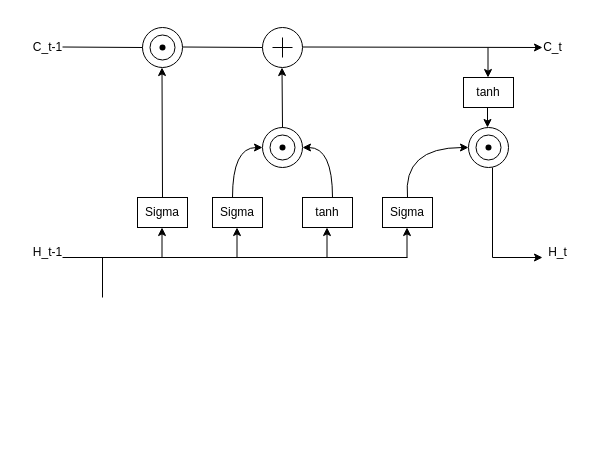
Before: lstm.drawio in hzb29/hzb29, a draw.io diagram. Source tidied: cells renumbered, new cells numbered last; positions are measured from the earlier drawing's top-left corner, leaving out a move shared by most shapes. Both pictures are drawn from the tidied source at 100%, with x=0, y=0 at pixel (22, 27).
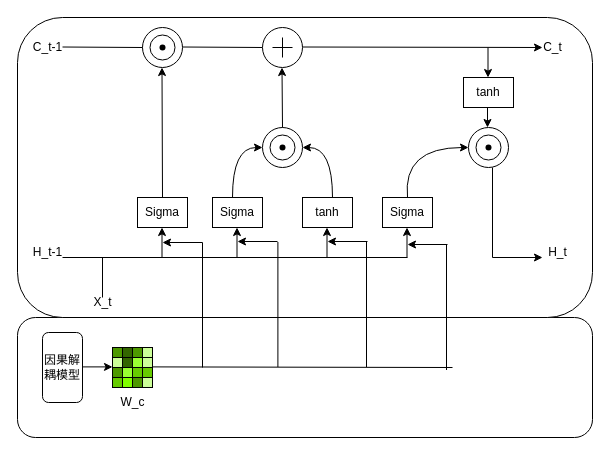
After the change.

What changed in the source:
```diff
@@
+    <mxCell id="47" style="rounded=1;whiteSpace=wrap;html=1;" parent="1" vertex="1">
+      <mxGeometry x="-5" y="290" width="575" height="120" as="geometry" />
+    </mxCell>
+    <mxCell id="48" style="rounded=1;whiteSpace=wrap;html=1;" parent="1" vertex="1">
+      <mxGeometry x="-5" y="-10" width="575" height="300" as="geometry" />
+    </mxCell>
@@
+    <mxCell id="49" value="X_t" style="text;html=1;align=center;verticalAlign=middle;strokeColor=none;fillColor=none;" parent="1" vertex="1">
+      <mxGeometry x="60" y="260" width="40" height="30" as="geometry" />
+    </mxCell>
+    <mxCell id="50" style="group;" parent="1" vertex="1">
+      <mxGeometry x="90" y="320" width="40" height="40" as="geometry" />
+    </mxCell>
+    <mxCell id="51" style="whiteSpace=wrap;html=1;fillColor=#66CC00;" parent="50" vertex="1">
+      <mxGeometry y="30" width="10" height="10" as="geometry" />
+    </mxCell>
+    <mxCell id="52" style="whiteSpace=wrap;html=1;fillColor=#80FF00;" parent="50" vertex="1">
+      <mxGeometry x="10" y="30" width="10" height="10" as="geometry" />
+    </mxCell>
+    <mxCell id="53" style="whiteSpace=wrap;html=1;fillColor=#4D9900;" parent="50" vertex="1">
+      <mxGeometry x="20" y="30" width="10" height="10" as="geometry" />
+    </mxCell>
+    <mxCell id="54" style="whiteSpace=wrap;html=1;fillColor=#CCFF99;" parent="50" vertex="1">
+      <mxGeometry x="30" y="30" width="10" height="10" as="geometry" />
+    </mxCell>
+    <mxCell id="55" style="whiteSpace=wrap;html=1;fillColor=#4D9900;" parent="50" vertex="1">
+      <mxGeometry y="20" width="10" height="10" as="geometry" />
+    </mxCell>
+    <mxCell id="56" style="whiteSpace=wrap;html=1;fillColor=#99FF33;" parent="50" vertex="1">
+      <mxGeometry x="10" y="20" width="10" height="10" as="geometry" />
+    </mxCell>
+    <mxCell id="57" style="whiteSpace=wrap;html=1;fillColor=#66CC00;" parent="50" vertex="1">
+      <mxGeometry x="20" y="20" width="10" height="10" as="geometry" />
+    </mxCell>
+    <mxCell id="58" style="whiteSpace=wrap;html=1;fillColor=#66CC00;" parent="50" vertex="1">
+      <mxGeometry x="30" y="20" width="10" height="10" as="geometry" />
+    </mxCell>
+    <mxCell id="59" style="whiteSpace=wrap;html=1;fillColor=#CCFF99;" parent="50" vertex="1">
+      <mxGeometry y="10" width="10" height="10" as="geometry" />
+    </mxCell>
+    <mxCell id="60" style="whiteSpace=wrap;html=1;fillColor=#336600;" parent="50" vertex="1">
+      <mxGeometry x="10" y="10" width="10" height="10" as="geometry" />
+    </mxCell>
+    <mxCell id="61" style="whiteSpace=wrap;html=1;fillColor=#99FF33;" parent="50" vertex="1">
+      <mxGeometry x="20" y="10" width="10" height="10" as="geometry" />
+    </mxCell>
+    <mxCell id="62" style="whiteSpace=wrap;html=1;fillColor=#CCFF99;" parent="50" vertex="1">
+      <mxGeometry x="30" y="10" width="10" height="10" as="geometry" />
+    </mxCell>
+    <mxCell id="63" style="whiteSpace=wrap;html=1;fillColor=#4D9900;" parent="50" vertex="1">
+      <mxGeometry width="10" height="10" as="geometry" />
+    </mxCell>
+    <mxCell id="64" style="whiteSpace=wrap;html=1;fillColor=#336600;" parent="50" vertex="1">
+      <mxGeometry x="10" width="10" height="10" as="geometry" />
+    </mxCell>
+    <mxCell id="65" style="whiteSpace=wrap;html=1;fillColor=#4D9900;" parent="50" vertex="1">
+      <mxGeometry x="20" width="10" height="10" as="geometry" />
+    </mxCell>
+    <mxCell id="66" style="whiteSpace=wrap;html=1;fillColor=#CCFF99;" parent="50" vertex="1">
+      <mxGeometry x="30" width="10" height="10" as="geometry" />
+    </mxCell>
+    <mxCell id="67" value="W_c" style="text;html=1;align=center;verticalAlign=middle;strokeColor=none;fillColor=none;" parent="1" vertex="1">
+      <mxGeometry x="85" y="360" width="50" height="30" as="geometry" />
+    </mxCell>
+    <mxCell id="68" style="endArrow=none;html=1;rounded=0;" parent="1" edge="1">
+      <mxGeometry relative="1" as="geometry">
+        <mxPoint x="130" y="339.4" as="sourcePoint" />
+        <mxPoint x="430" y="340" as="targetPoint" />
+      </mxGeometry>
+    </mxCell>
+    <mxCell id="69" style="endArrow=none;html=1;rounded=0;" parent="1" edge="1">
+      <mxGeometry relative="1" as="geometry">
+        <mxPoint x="180" y="340" as="sourcePoint" />
+        <mxPoint x="180" y="215" as="targetPoint" />
+      </mxGeometry>
+    </mxCell>
+    <mxCell id="70" style="endArrow=none;html=1;rounded=0;" parent="1" edge="1">
+      <mxGeometry relative="1" as="geometry">
+        <mxPoint x="255.4" y="339.5" as="sourcePoint" />
+        <mxPoint x="255.4" y="214.5" as="targetPoint" />
+      </mxGeometry>
+    </mxCell>
+    <mxCell id="71" style="endArrow=none;html=1;rounded=0;" parent="1" edge="1">
+      <mxGeometry relative="1" as="geometry">
+        <mxPoint x="344" y="339.5" as="sourcePoint" />
+        <mxPoint x="344" y="214.5" as="targetPoint" />
+      </mxGeometry>
+    </mxCell>
+    <mxCell id="72" style="endArrow=classic;html=1;rounded=0;" parent="1" edge="1">
+      <mxGeometry relative="1" as="geometry">
+        <mxPoint x="180" y="215" as="sourcePoint" />
+        <mxPoint x="140" y="215" as="targetPoint" />
+      </mxGeometry>
+    </mxCell>
+    <mxCell id="73" style="endArrow=classic;html=1;rounded=0;" parent="1" edge="1">
+      <mxGeometry relative="1" as="geometry">
+        <mxPoint x="255" y="214" as="sourcePoint" />
+        <mxPoint x="215" y="214" as="targetPoint" />
+      </mxGeometry>
+    </mxCell>
+    <mxCell id="74" style="endArrow=classic;html=1;rounded=0;" parent="1" edge="1">
+      <mxGeometry relative="1" as="geometry">
+        <mxPoint x="345" y="214" as="sourcePoint" />
+        <mxPoint x="305" y="214" as="targetPoint" />
+      </mxGeometry>
+    </mxCell>
+    <mxCell id="75" style="endArrow=none;html=1;rounded=0;" parent="1" edge="1">
+      <mxGeometry relative="1" as="geometry">
+        <mxPoint x="424" y="342.5" as="sourcePoint" />
+        <mxPoint x="424" y="217.5" as="targetPoint" />
+      </mxGeometry>
+    </mxCell>
+    <mxCell id="76" style="endArrow=classic;html=1;rounded=0;" parent="1" edge="1">
+      <mxGeometry relative="1" as="geometry">
+        <mxPoint x="425" y="217" as="sourcePoint" />
+        <mxPoint x="385" y="217" as="targetPoint" />
+      </mxGeometry>
+    </mxCell>
+    <mxCell id="77" value="因果解耦模型" style="rounded=1;whiteSpace=wrap;html=1;" parent="1" vertex="1">
+      <mxGeometry x="20" y="305" width="40" height="70" as="geometry" />
+    </mxCell>
+    <mxCell id="78" style="endArrow=classic;html=1;rounded=0;" parent="1" edge="1">
+      <mxGeometry relative="1" as="geometry">
+        <mxPoint x="60" y="339.4" as="sourcePoint" />
+        <mxPoint x="90" y="339.4" as="targetPoint" />
+      </mxGeometry>
+    </mxCell>
```
